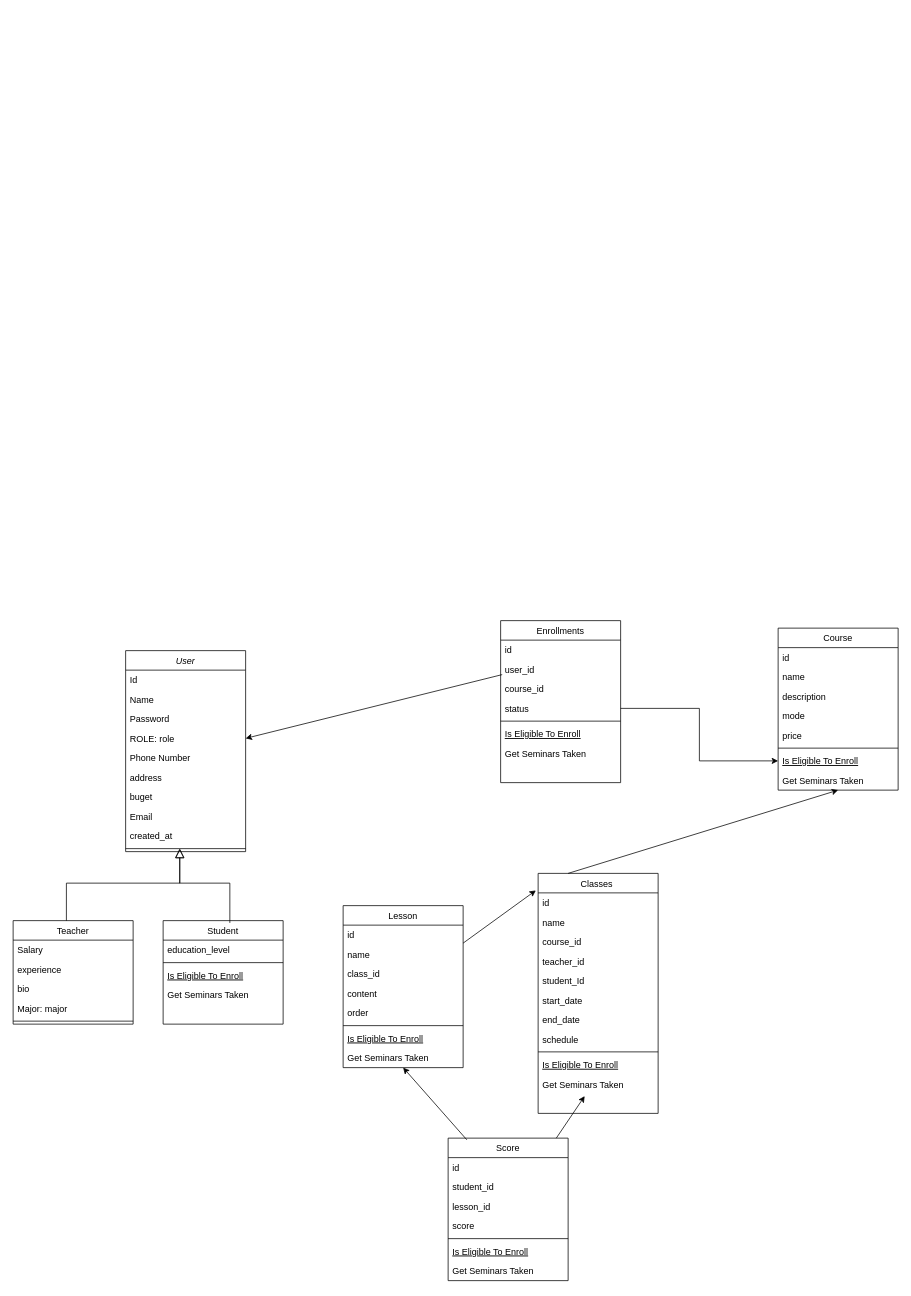
HieuNguyen06nd/JAVA-CORE---30 keeps this draw.io diagram as ManageTech/Biểu đồ không có tiêu đề.drawio. Above is the earlier version. Source tidied: cells renumbered, new cells numbered last; positions are measured from the earlier drawing's top-left corner, leaving out a move shared by most shapes. Both pictures are drawn from the tidied source at 75%, with x=0, y=0 at pixel (13, 620).
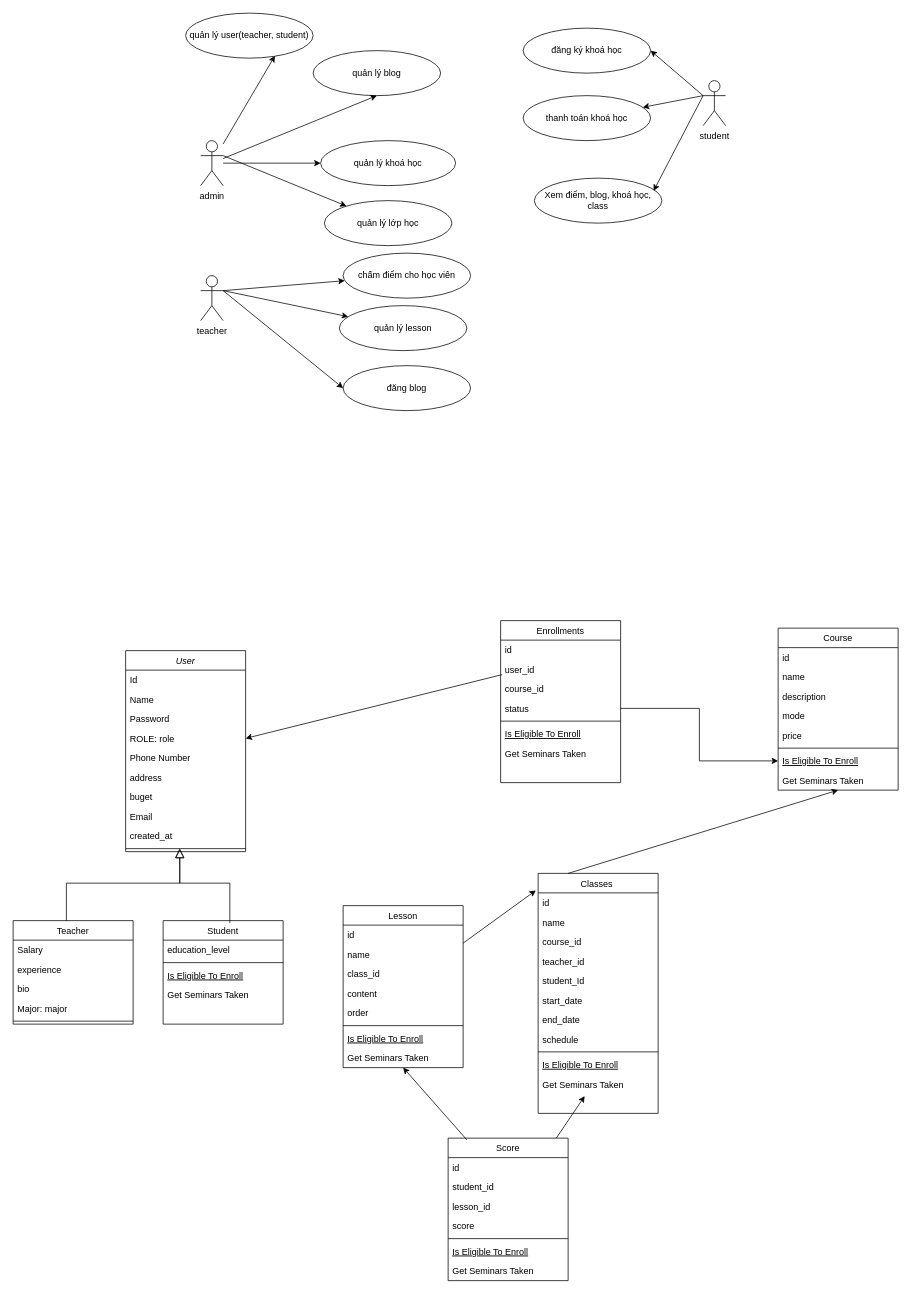
The same page after the edit.

Commit message:
Cập nhật Biểu đồ không có tiêu đề.drawio

Change to the diagram source:
```diff
@@
+    <mxCell id="78" value="admin" style="shape=umlActor;verticalLabelPosition=bottom;verticalAlign=top;html=1;outlineConnect=0;" parent="1" vertex="1">
+      <mxGeometry x="250" y="-640" width="30" height="60" as="geometry" />
+    </mxCell>
+    <mxCell id="79" value="teacher" style="shape=umlActor;verticalLabelPosition=bottom;verticalAlign=top;html=1;outlineConnect=0;" parent="1" vertex="1">
+      <mxGeometry x="250" y="-460" width="30" height="60" as="geometry" />
+    </mxCell>
+    <mxCell id="80" value="quản lý blog" style="ellipse;whiteSpace=wrap;html=1;" parent="1" vertex="1">
+      <mxGeometry x="400" y="-760" width="170" height="60" as="geometry" />
+    </mxCell>
+    <mxCell id="81" style="edgeStyle=orthogonalEdgeStyle;rounded=0;orthogonalLoop=1;jettySize=auto;html=1;exitX=0.5;exitY=1;exitDx=0;exitDy=0;" parent="1" edge="1" source="80" target="80">
+      <mxGeometry relative="1" as="geometry" />
+    </mxCell>
+    <mxCell id="82" value="quản lý khoá học" style="ellipse;whiteSpace=wrap;html=1;" parent="1" vertex="1">
+      <mxGeometry x="410" y="-640" width="180" height="60" as="geometry" />
+    </mxCell>
+    <mxCell id="83" value="quản lý lớp học" style="ellipse;whiteSpace=wrap;html=1;" parent="1" vertex="1">
+      <mxGeometry x="415" y="-560" width="170" height="60" as="geometry" />
+    </mxCell>
+    <mxCell id="84" value="quản lý user(teacher, student)" style="ellipse;whiteSpace=wrap;html=1;" parent="1" vertex="1">
+      <mxGeometry x="230" y="-810" width="170" height="60" as="geometry" />
+    </mxCell>
+    <mxCell id="85" value="chấm điểm cho học viên" style="ellipse;whiteSpace=wrap;html=1;" parent="1" vertex="1">
+      <mxGeometry x="440" y="-490" width="170" height="60" as="geometry" />
+    </mxCell>
+    <mxCell id="86" value="đăng blog" style="ellipse;whiteSpace=wrap;html=1;" parent="1" vertex="1">
+      <mxGeometry x="440" y="-340" width="170" height="60" as="geometry" />
+    </mxCell>
+    <mxCell id="87" value="quản lý lesson" style="ellipse;whiteSpace=wrap;html=1;" parent="1" vertex="1">
+      <mxGeometry x="435" y="-420" width="170" height="60" as="geometry" />
+    </mxCell>
+    <mxCell id="88" value="student" style="shape=umlActor;verticalLabelPosition=bottom;verticalAlign=top;html=1;outlineConnect=0;" parent="1" vertex="1">
+      <mxGeometry x="920" y="-720" width="30" height="60" as="geometry" />
+    </mxCell>
+    <mxCell id="89" value="đăng ký khoá học" style="ellipse;whiteSpace=wrap;html=1;" parent="1" vertex="1">
+      <mxGeometry x="680" y="-790" width="170" height="60" as="geometry" />
+    </mxCell>
+    <mxCell id="90" value="thanh toán khoá học" style="ellipse;whiteSpace=wrap;html=1;" parent="1" vertex="1">
+      <mxGeometry x="680" y="-700" width="170" height="60" as="geometry" />
+    </mxCell>
+    <mxCell id="91" value="Xem điểm, blog, khoá học, class" style="ellipse;whiteSpace=wrap;html=1;" parent="1" vertex="1">
+      <mxGeometry x="695" y="-590" width="170" height="60" as="geometry" />
+    </mxCell>
+    <mxCell id="92" style="endArrow=classic;html=1;rounded=0;entryX=0.7;entryY=0.95;entryDx=0;entryDy=0;entryPerimeter=0;" parent="1" edge="1" source="78" target="84">
+      <mxGeometry relative="1" as="geometry" />
+    </mxCell>
+    <mxCell id="93" style="endArrow=classic;html=1;rounded=0;entryX=0.5;entryY=1;entryDx=0;entryDy=0;" parent="1" edge="1" source="78" target="80">
+      <mxGeometry relative="1" as="geometry" />
+    </mxCell>
+    <mxCell id="94" style="endArrow=classic;html=1;rounded=0;" parent="1" edge="1" source="78" target="82">
+      <mxGeometry relative="1" as="geometry" />
+    </mxCell>
+    <mxCell id="95" style="endArrow=classic;html=1;rounded=0;exitX=1;exitY=0.3333333333333333;exitDx=0;exitDy=0;exitPerimeter=0;" parent="1" edge="1" source="78" target="83">
+      <mxGeometry relative="1" as="geometry" />
+    </mxCell>
+    <mxCell id="96" style="endArrow=classic;html=1;rounded=0;exitX=1;exitY=0.3333333333333333;exitDx=0;exitDy=0;exitPerimeter=0;" parent="1" edge="1" source="79" target="85">
+      <mxGeometry relative="1" as="geometry" />
+    </mxCell>
+    <mxCell id="97" style="endArrow=classic;html=1;rounded=0;exitX=1;exitY=0.3333333333333333;exitDx=0;exitDy=0;exitPerimeter=0;" parent="1" edge="1" source="79" target="87">
+      <mxGeometry relative="1" as="geometry" />
+    </mxCell>
+    <mxCell id="98" style="endArrow=classic;html=1;rounded=0;exitX=1;exitY=0.3333333333333333;exitDx=0;exitDy=0;exitPerimeter=0;entryX=0;entryY=0.5;entryDx=0;entryDy=0;" parent="1" edge="1" source="79" target="86">
+      <mxGeometry relative="1" as="geometry" />
+    </mxCell>
+    <mxCell id="99" style="endArrow=classic;html=1;rounded=0;entryX=1;entryY=0.5;entryDx=0;entryDy=0;exitX=0;exitY=0.3333333333333333;exitDx=0;exitDy=0;exitPerimeter=0;" parent="1" edge="1" source="88" target="89">
+      <mxGeometry relative="1" as="geometry" />
+    </mxCell>
+    <mxCell id="100" style="endArrow=classic;html=1;rounded=0;exitX=0;exitY=0.3333333333333333;exitDx=0;exitDy=0;exitPerimeter=0;" parent="1" edge="1" source="88" target="90">
+      <mxGeometry relative="1" as="geometry" />
+    </mxCell>
+    <mxCell id="101" style="endArrow=classic;html=1;rounded=0;entryX=0.935;entryY=0.283;entryDx=0;entryDy=0;entryPerimeter=0;" parent="1" edge="1" target="91">
+      <mxGeometry relative="1" as="geometry">
+        <mxPoint x="920" y="-700" as="sourcePoint" />
+      </mxGeometry>
+    </mxCell>
```
